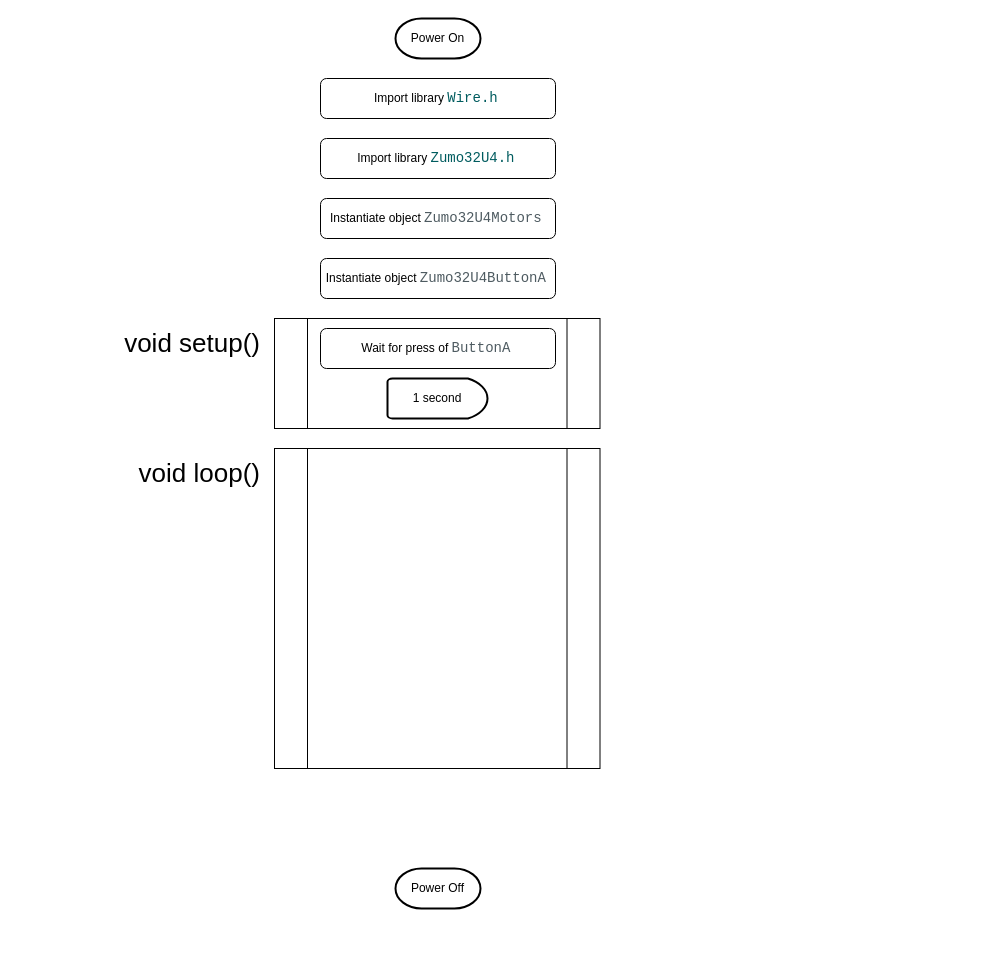
This is Untitled Diagram.drawio from jamesking020773/jamesking020773.github.io, a draw.io file, before an edit. Source tidied: cells renumbered, new cells numbered last; positions are measured from the earlier drawing's top-left corner, leaving out a move shared by most shapes. Both pictures are drawn from the tidied source at 100%, with x=0, y=0 at pixel (92, 18).
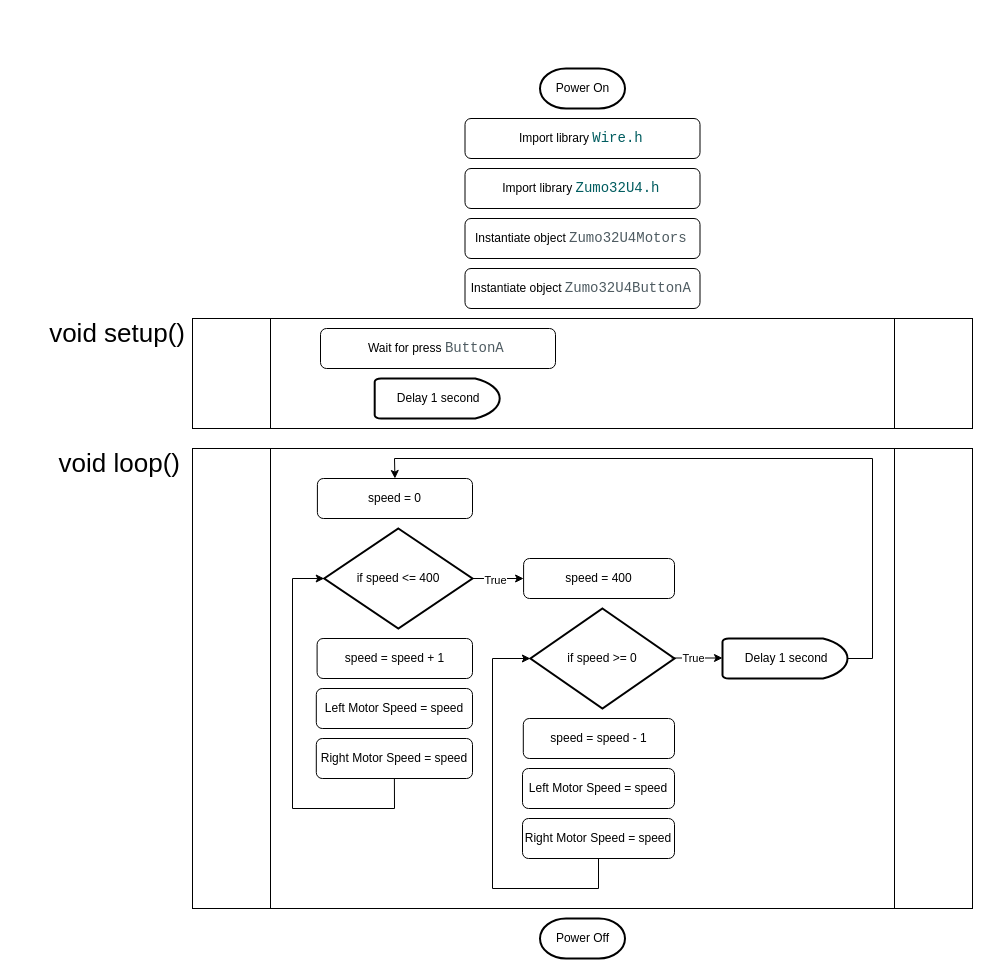
Above is the later version.

Diff of the diagram source:
```diff
@@
     <mxCell id="2" value="Power On" style="strokeWidth=2;html=1;shape=mxgraph.flowchart.terminator;whiteSpace=wrap;" parent="1" vertex="1">
-      <mxGeometry x="303" width="85" height="40" as="geometry" />
+      <mxGeometry x="447.5" y="50" width="85" height="40" as="geometry" />
     </mxCell>
     <mxCell id="3" value="Power Off" style="strokeWidth=2;html=1;shape=mxgraph.flowchart.terminator;whiteSpace=wrap;" parent="1" vertex="1">
-      <mxGeometry x="303" y="850" width="85" height="40" as="geometry" />
+      <mxGeometry x="447.5" y="900" width="85" height="40" as="geometry" />
     </mxCell>
     <mxCell id="4" value="Instantiate object&amp;nbsp;&lt;span style=&quot;background-color: rgb(255, 255, 255); color: rgb(78, 91, 97); font-family: Consolas, &amp;quot;Courier New&amp;quot;, monospace; font-size: 14px; white-space: pre;&quot;&gt;Zumo32U4Motors&lt;/span&gt;&lt;span style=&quot;background-color: initial;&quot;&gt;&amp;nbsp;&lt;/span&gt;" style="rounded=1;whiteSpace=wrap;html=1;" parent="1" vertex="1">
-      <mxGeometry x="228" y="180" width="235" height="40" as="geometry" />
+      <mxGeometry x="372.5" y="200" width="235" height="40" as="geometry" />
     </mxCell>
     <mxCell id="5" value="Instantiate object&amp;nbsp;&lt;span style=&quot;background-color: rgb(255, 255, 255); color: rgb(78, 91, 97); font-family: Consolas, &amp;quot;Courier New&amp;quot;, monospace; font-size: 14px; white-space: pre;&quot;&gt;Zumo32U4ButtonA&lt;/span&gt;&lt;span style=&quot;background-color: initial;&quot;&gt;&amp;nbsp;&lt;/span&gt;" style="rounded=1;whiteSpace=wrap;html=1;" parent="1" vertex="1">
-      <mxGeometry x="228" y="240" width="235" height="40" as="geometry" />
+      <mxGeometry x="372.5" y="250" width="235" height="40" as="geometry" />
     </mxCell>
     <mxCell id="6" value="Import library&amp;nbsp;&lt;span style=&quot;color: rgb(0, 92, 95); background-color: rgb(255, 255, 255); font-family: Consolas, &amp;quot;Courier New&amp;quot;, monospace; font-size: 14px; white-space: pre;&quot;&gt;Wire.h&lt;/span&gt;&lt;span style=&quot;background-color: initial;&quot;&gt;&amp;nbsp;&lt;/span&gt;" style="rounded=1;whiteSpace=wrap;html=1;" parent="1" vertex="1">
-      <mxGeometry x="228" y="60" width="235" height="40" as="geometry" />
+      <mxGeometry x="372.5" y="100" width="235" height="40" as="geometry" />
     </mxCell>
     <mxCell id="7" value="Import library&amp;nbsp;&lt;span style=&quot;color: rgb(0, 92, 95); background-color: rgb(255, 255, 255); font-family: Consolas, &amp;quot;Courier New&amp;quot;, monospace; font-size: 14px; white-space: pre;&quot;&gt;Zumo32U4.h&lt;/span&gt;&lt;span style=&quot;background-color: initial;&quot;&gt;&amp;nbsp;&lt;/span&gt;" style="rounded=1;whiteSpace=wrap;html=1;" parent="1" vertex="1">
-      <mxGeometry x="228" y="120" width="235" height="40" as="geometry" />
+      <mxGeometry x="372.5" y="150" width="235" height="40" as="geometry" />
     </mxCell>
     <mxCell id="8" style="shape=process;whiteSpace=wrap;html=1;backgroundOutline=1;" parent="1" vertex="1">
-      <mxGeometry x="182" y="300" width="325.5" height="110" as="geometry" />
+      <mxGeometry x="100" y="300" width="780" height="110" as="geometry" />
     </mxCell>
-    <mxCell id="9" value="Wait for press of&amp;nbsp;&lt;span style=&quot;background-color: rgb(255, 255, 255); color: rgb(78, 91, 97); font-family: Consolas, &amp;quot;Courier New&amp;quot;, monospace; font-size: 14px; white-space: pre;&quot;&gt;ButtonA&lt;/span&gt;&lt;span style=&quot;background-color: initial;&quot;&gt;&amp;nbsp;&lt;/span&gt;" style="rounded=1;whiteSpace=wrap;html=1;" parent="1" vertex="1">
+    <mxCell id="9" value="Wait for press&amp;nbsp;&lt;span style=&quot;background-color: rgb(255, 255, 255); color: rgb(78, 91, 97); font-family: Consolas, &amp;quot;Courier New&amp;quot;, monospace; font-size: 14px; white-space: pre;&quot;&gt;ButtonA&lt;/span&gt;&lt;span style=&quot;background-color: initial;&quot;&gt;&amp;nbsp;&lt;/span&gt;" style="rounded=1;whiteSpace=wrap;html=1;" parent="1" vertex="1">
       <mxGeometry x="228" y="310" width="235" height="40" as="geometry" />
     </mxCell>
-    <mxCell id="10" value="1 second" style="strokeWidth=2;html=1;shape=mxgraph.flowchart.delay;whiteSpace=wrap;" parent="1" vertex="1">
-      <mxGeometry x="295" y="360" width="100" height="40" as="geometry" />
+    <mxCell id="10" value="&amp;nbsp;Delay 1 second" style="strokeWidth=2;html=1;shape=mxgraph.flowchart.delay;whiteSpace=wrap;" parent="1" vertex="1">
+      <mxGeometry x="282.2" y="360" width="125" height="40" as="geometry" />
     </mxCell>
     <mxCell id="11" value="&lt;font style=&quot;font-size: 26px;&quot;&gt;void loop()&lt;/font&gt;" style="text;strokeColor=none;align=right;fillColor=none;html=1;verticalAlign=middle;whiteSpace=wrap;rounded=0;" parent="1" vertex="1">
-      <mxGeometry x="10" y="440" width="160" height="30" as="geometry" />
+      <mxGeometry x="-70" y="430" width="160" height="30" as="geometry" />
     </mxCell>
     <mxCell id="12" style="shape=process;whiteSpace=wrap;html=1;backgroundOutline=1;" parent="1" vertex="1">
-      <mxGeometry x="182" y="430" width="325.5" height="320" as="geometry" />
+      <mxGeometry x="100" y="430" width="780" height="460" as="geometry" />
     </mxCell>
     <mxCell id="13" value="&lt;font style=&quot;font-size: 26px;&quot;&gt;void setup()&lt;/font&gt;" style="text;strokeColor=none;align=right;fillColor=none;html=1;verticalAlign=middle;whiteSpace=wrap;rounded=0;" parent="1" vertex="1">
-      <mxGeometry y="310" width="170" height="30" as="geometry" />
+      <mxGeometry x="-75" y="300" width="170" height="30" as="geometry" />
     </mxCell>
+    <mxCell id="14" value="speed = 0" style="rounded=1;whiteSpace=wrap;html=1;" parent="1" vertex="1">
+      <mxGeometry x="224.9" y="460" width="155.1" height="40" as="geometry" />
+    </mxCell>
+    <mxCell id="15" value="if speed &amp;lt;= 400" style="strokeWidth=2;html=1;shape=mxgraph.flowchart.decision;whiteSpace=wrap;" parent="1" vertex="1">
+      <mxGeometry x="231.7" y="510" width="148.3" height="100" as="geometry" />
+    </mxCell>
+    <mxCell id="16" value="speed = speed + 1" style="rounded=1;whiteSpace=wrap;html=1;" parent="1" vertex="1">
+      <mxGeometry x="224.6" y="620" width="155.4" height="40" as="geometry" />
+    </mxCell>
+    <mxCell id="17" value="Left Motor Speed = speed" style="rounded=1;whiteSpace=wrap;html=1;" parent="1" vertex="1">
+      <mxGeometry x="223.8" y="670" width="156.2" height="40" as="geometry" />
+    </mxCell>
+    <mxCell id="18" value="Right Motor Speed = speed" style="rounded=1;whiteSpace=wrap;html=1;" parent="1" vertex="1">
+      <mxGeometry x="223.8" y="720" width="156.2" height="40" as="geometry" />
+    </mxCell>
+    <mxCell id="19" value="speed = 400" style="rounded=1;whiteSpace=wrap;html=1;" parent="1" vertex="1">
+      <mxGeometry x="431.1" y="540" width="150.9" height="40" as="geometry" />
+    </mxCell>
+    <mxCell id="20" value="if speed &amp;gt;= 0" style="strokeWidth=2;html=1;shape=mxgraph.flowchart.decision;whiteSpace=wrap;" parent="1" vertex="1">
+      <mxGeometry x="437.9" y="590" width="144.1" height="100" as="geometry" />
+    </mxCell>
+    <mxCell id="21" value="speed = speed - 1" style="rounded=1;whiteSpace=wrap;html=1;" parent="1" vertex="1">
+      <mxGeometry x="430.8" y="700" width="151.2" height="40" as="geometry" />
+    </mxCell>
+    <mxCell id="22" value="Left Motor Speed = speed" style="rounded=1;whiteSpace=wrap;html=1;" parent="1" vertex="1">
+      <mxGeometry x="430" y="750" width="152" height="40" as="geometry" />
+    </mxCell>
+    <mxCell id="23" value="Right Motor Speed = speed" style="rounded=1;whiteSpace=wrap;html=1;" parent="1" vertex="1">
+      <mxGeometry x="430" y="800" width="152" height="40" as="geometry" />
+    </mxCell>
+    <mxCell id="24" value="&amp;nbsp;Delay 1 second" style="strokeWidth=2;html=1;shape=mxgraph.flowchart.delay;whiteSpace=wrap;" parent="1" vertex="1">
+      <mxGeometry x="630" y="620" width="125" height="40" as="geometry" />
+    </mxCell>
+    <mxCell id="25" style="endArrow=classic;html=1;rounded=0;entryX=0;entryY=0.5;entryDx=0;entryDy=0;entryPerimeter=0;exitX=0.5;exitY=1;exitDx=0;exitDy=0;" parent="1" edge="1" source="23" target="20">
+      <mxGeometry relative="1" as="geometry">
+        <Array as="points">
+          <mxPoint x="506" y="870" />
+          <mxPoint x="400" y="870" />
+          <mxPoint x="400" y="640" />
+        </Array>
+      </mxGeometry>
+    </mxCell>
+    <mxCell id="26" style="endArrow=classic;html=1;rounded=0;exitX=1;exitY=0.5;exitDx=0;exitDy=0;exitPerimeter=0;entryX=0;entryY=0.5;entryDx=0;entryDy=0;" parent="1" edge="1" source="15" target="19">
+      <mxGeometry relative="1" as="geometry" />
+    </mxCell>
+    <mxCell id="27" value="True" style="edgeLabel;html=1;align=center;verticalAlign=middle;" parent="26" vertex="1">
+      <mxGeometry x="-0.14" y="-1" relative="1" as="geometry" />
+    </mxCell>
+    <mxCell id="28" style="endArrow=classic;html=1;rounded=0;exitX=1;exitY=0.5;exitDx=0;exitDy=0;exitPerimeter=0;entryX=0;entryY=0.5;entryDx=0;entryDy=0;" parent="1" edge="1">
+      <mxGeometry relative="1" as="geometry">
+        <mxPoint x="579" y="639.5" as="sourcePoint" />
+        <mxPoint x="630" y="639.5" as="targetPoint" />
+      </mxGeometry>
+    </mxCell>
+    <mxCell id="29" value="True" style="edgeLabel;html=1;align=center;verticalAlign=middle;" parent="28" vertex="1">
+      <mxGeometry x="-0.18" y="1" relative="1" as="geometry">
+        <mxPoint y="1" as="offset" />
+      </mxGeometry>
+    </mxCell>
+    <mxCell id="30" style="endArrow=classic;html=1;rounded=0;exitX=0.5;exitY=1;exitDx=0;exitDy=0;entryX=0;entryY=0.5;entryDx=0;entryDy=0;entryPerimeter=0;" parent="1" edge="1" source="18" target="15">
+      <mxGeometry relative="1" as="geometry">
+        <Array as="points">
+          <mxPoint x="302" y="790" />
+          <mxPoint x="200" y="790" />
+          <mxPoint x="200" y="560" />
+        </Array>
+      </mxGeometry>
+    </mxCell>
+    <mxCell id="31" style="endArrow=classic;html=1;rounded=0;exitX=1;exitY=0.5;exitDx=0;exitDy=0;exitPerimeter=0;entryX=0.5;entryY=0;entryDx=0;entryDy=0;" parent="1" edge="1" source="24" target="14">
+      <mxGeometry relative="1" as="geometry">
+        <Array as="points">
+          <mxPoint x="780" y="640" />
+          <mxPoint x="780" y="440" />
+          <mxPoint x="302" y="440" />
+        </Array>
+      </mxGeometry>
+    </mxCell>
```
